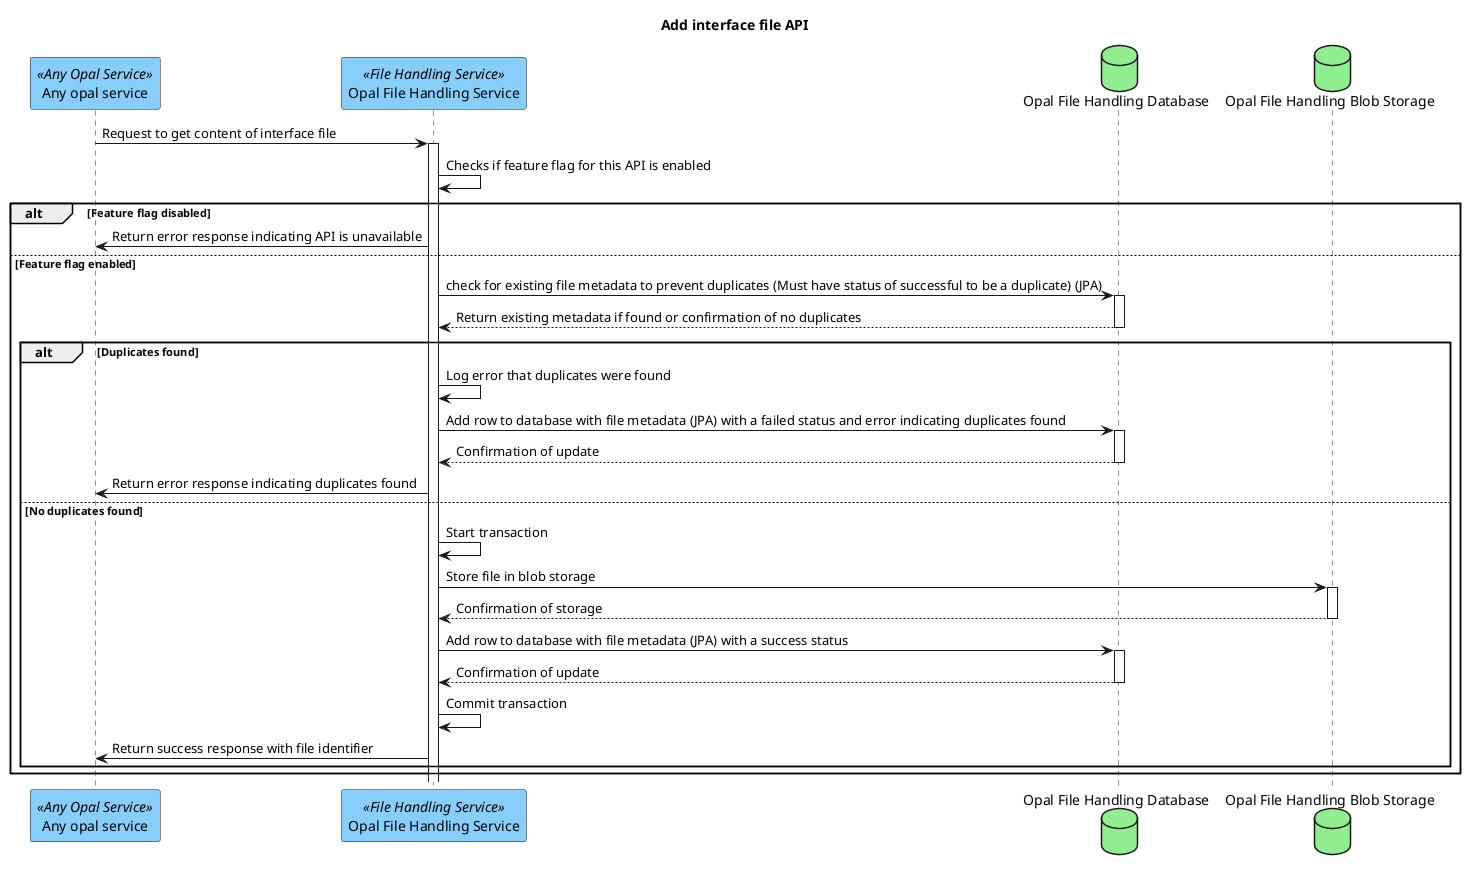
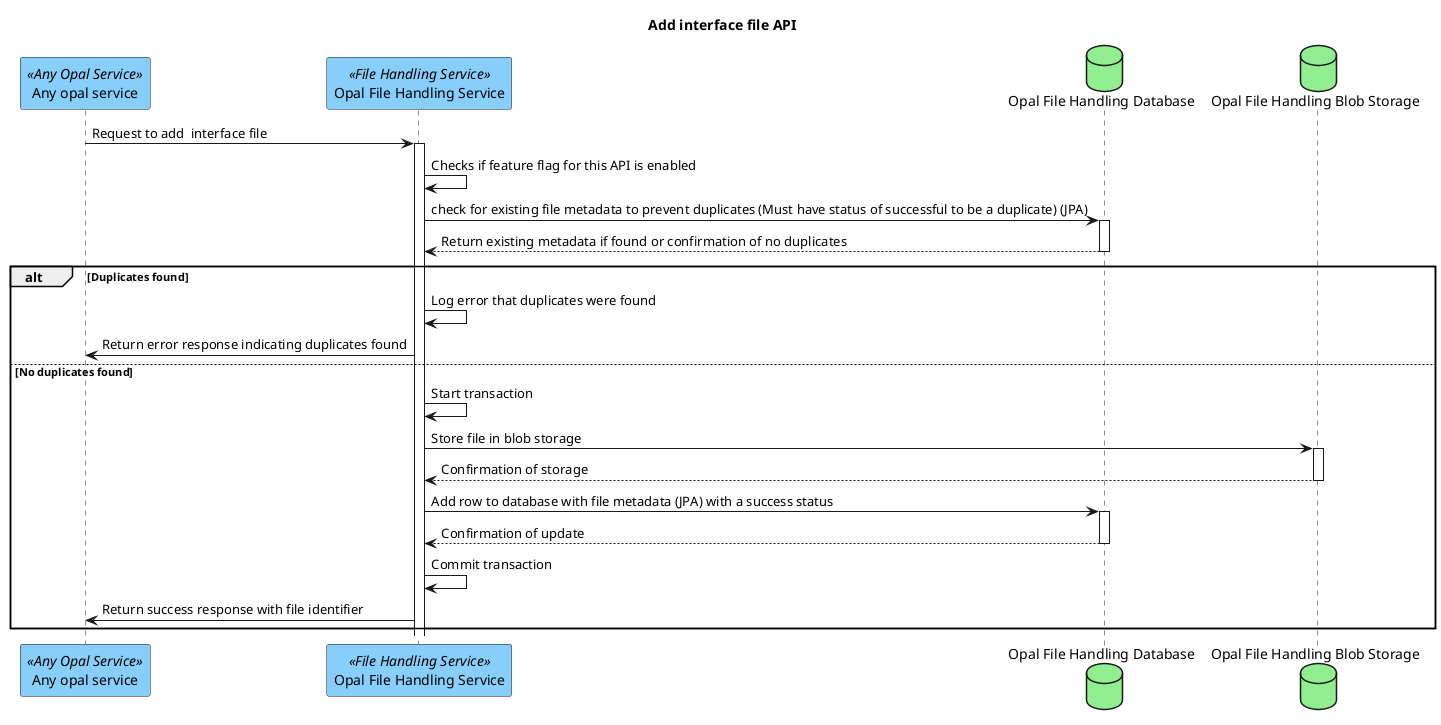
@startuml
title Add interface file API
participant "Any opal service" as anyOpalService <<Any Opal Service>> #LightSkyBlue

participant "Opal File Handling Service" as fileHandlingService <<File Handling Service>> #LightSkyBlue
database "Opal File Handling Database" as fileHandlingDb #LightGreen
database "Opal File Handling Blob Storage" as fileHandlingBlobStorage #LightGreen

- anyOpalService -> fileHandlingService ++ : Request to get content of interface file
+ anyOpalService -> fileHandlingService ++ : Request to add  interface file
fileHandlingService -> fileHandlingService : Checks if feature flag for this API is enabled
- alt Feature flag disabled
-        fileHandlingService -> anyOpalService : Return error response indicating API is unavailable
- else Feature flag enabled
-     fileHandlingService -> fileHandlingDb ++ : check for existing file metadata to prevent duplicates (Must have status of successful to be a duplicate) (JPA)
-     fileHandlingDb --> fileHandlingService -- : Return existing metadata if found or confirmation of no duplicates
-     alt Duplicates found
-                  fileHandlingService -> fileHandlingService : Log error that duplicates were found
-                  fileHandlingService -> fileHandlingDb ++ : Add row to database with file metadata (JPA) with a failed status and error indicating duplicates found
-                  fileHandlingDb --> fileHandlingService -- : Confirmation of update
-                  fileHandlingService -> anyOpalService : Return error response indicating duplicates found
-     else No duplicates found
-                  fileHandlingService -> fileHandlingService : Start transaction
-                     fileHandlingService -> fileHandlingBlobStorage ++ : Store file in blob storage
-                     fileHandlingBlobStorage --> fileHandlingService -- : Confirmation of storage
-                     fileHandlingService -> fileHandlingDb ++ : Add row to database with file metadata (JPA) with a success status
-                     fileHandlingDb --> fileHandlingService -- : Confirmation of update
-                     fileHandlingService -> fileHandlingService : Commit transaction
-                     fileHandlingService -> anyOpalService : Return success response with file identifier
-     end
+ fileHandlingService -> fileHandlingDb ++ : check for existing file metadata to prevent duplicates (Must have status of successful to be a duplicate) (JPA)
+ fileHandlingDb --> fileHandlingService -- : Return existing metadata if found or confirmation of no duplicates
+ alt Duplicates found
+              fileHandlingService -> fileHandlingService : Log error that duplicates were found
+              fileHandlingService -> anyOpalService : Return error response indicating duplicates found
+ else No duplicates found
+              fileHandlingService -> fileHandlingService : Start transaction
+                 fileHandlingService -> fileHandlingBlobStorage ++ : Store file in blob storage
+                 fileHandlingBlobStorage --> fileHandlingService -- : Confirmation of storage
+                 fileHandlingService -> fileHandlingDb ++ : Add row to database with file metadata (JPA) with a success status
+                 fileHandlingDb --> fileHandlingService -- : Confirmation of update
+                 fileHandlingService -> fileHandlingService : Commit transaction
+                 fileHandlingService -> anyOpalService : Return success response with file identifier
end
- 
- 
- 
@enduml